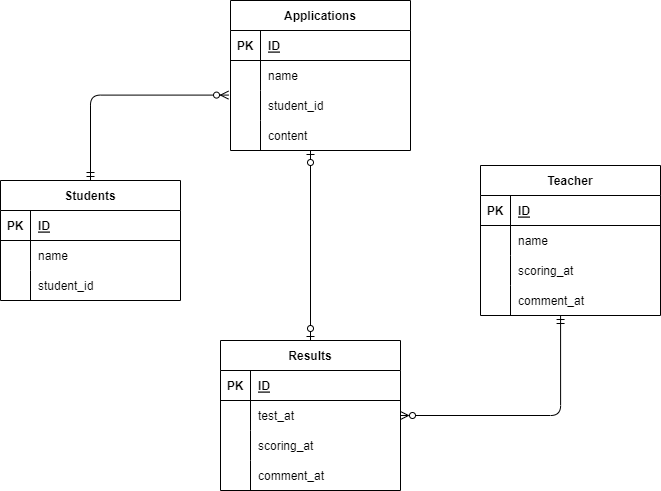
The draw.io diagram index.drawio.png in masshii/datebasesekkei-enshuumondai, before a commit. Source tidied: cells renumbered, new cells last; positions are measured from the earlier drawing's top-left corner, leaving out a move shared by most shapes.
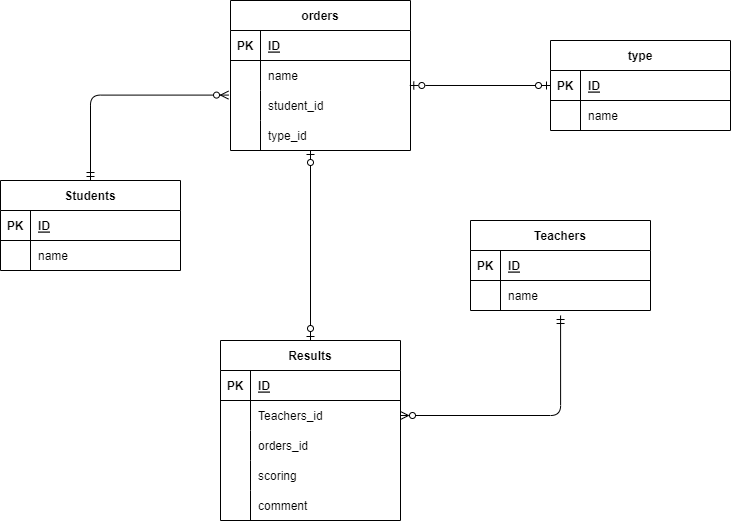
The same diagram one commit later.

What changed in the source:
```diff
@@ -2,7 +2,7 @@
   <root>
     <mxCell id="0" />
     <mxCell id="1" parent="0" />
-    <mxCell id="2" value="Applications" style="shape=table;startSize=30;rowLines=0;fontStyle=1;align=center;" parent="1" vertex="1">
+    <mxCell id="2" value="orders" style="shape=table;startSize=30;rowLines=0;fontStyle=1;align=center;" parent="1" vertex="1">
       <mxGeometry x="230" width="180" height="150" as="geometry" />
     </mxCell>
     <mxCell id="3" style="shape=partialRectangle;fillColor=none;top=0;left=0;bottom=1;right=0;" parent="2" vertex="1">
@@ -38,14 +38,14 @@
     <mxCell id="13" style="shape=partialRectangle;fillColor=none;top=0;left=0;bottom=0;right=0;overflow=hidden;" parent="12" vertex="1">
       <mxGeometry width="30" height="30" as="geometry" />
     </mxCell>
-    <mxCell id="14" value="content" style="shape=partialRectangle;fillColor=none;top=0;left=0;bottom=0;right=0;align=left;spacingLeft=6;overflow=hidden;" parent="12" vertex="1">
+    <mxCell id="14" value="type_id" style="shape=partialRectangle;fillColor=none;top=0;left=0;bottom=0;right=0;align=left;spacingLeft=6;overflow=hidden;" parent="12" vertex="1">
       <mxGeometry x="30" width="150" height="30" as="geometry" />
     </mxCell>
     <mxCell id="15" style="edgeStyle=orthogonalEdgeStyle;html=1;exitX=0.5;exitY=0;exitDx=0;exitDy=0;entryX=-0.011;entryY=0.153;entryDx=0;entryDy=0;entryPerimeter=0;startArrow=ERmandOne;startFill=0;endArrow=ERzeroToMany;endFill=0;" parent="1" edge="1" source="16" target="9">
       <mxGeometry relative="1" as="geometry" />
     </mxCell>
     <mxCell id="16" value="Students" style="shape=table;startSize=30;rowLines=0;fontStyle=1;align=center;" parent="1" vertex="1">
-      <mxGeometry y="180" width="180" height="120" as="geometry" />
+      <mxGeometry y="180" width="180" height="90" as="geometry" />
     </mxCell>
     <mxCell id="17" style="shape=partialRectangle;fillColor=none;top=0;left=0;bottom=1;right=0;" parent="16" vertex="1">
       <mxGeometry y="30" width="180" height="30" as="geometry" />
@@ -65,22 +65,13 @@
     <mxCell id="22" value="name" style="shape=partialRectangle;fillColor=none;top=0;left=0;bottom=0;right=0;align=left;spacingLeft=6;overflow=hidden;" parent="20" vertex="1">
       <mxGeometry x="30" width="150" height="30" as="geometry" />
     </mxCell>
-    <mxCell id="23" style="shape=partialRectangle;fillColor=none;top=0;left=0;bottom=0;right=0;" parent="16" vertex="1">
-      <mxGeometry y="90" width="180" height="30" as="geometry" />
-    </mxCell>
-    <mxCell id="24" style="shape=partialRectangle;fillColor=none;top=0;left=0;bottom=0;right=0;overflow=hidden;" parent="23" vertex="1">
-      <mxGeometry width="30" height="30" as="geometry" />
-    </mxCell>
-    <mxCell id="25" value="student_id" style="shape=partialRectangle;fillColor=none;top=0;left=0;bottom=0;right=0;align=left;spacingLeft=6;overflow=hidden;" parent="23" vertex="1">
-      <mxGeometry x="30" width="150" height="30" as="geometry" />
-    </mxCell>
     <mxCell id="26" style="edgeStyle=none;html=1;exitX=0.5;exitY=0;exitDx=0;exitDy=0;startArrow=ERzeroToOne;startFill=0;endArrow=ERzeroToOne;endFill=0;" parent="1" edge="1" source="27">
       <mxGeometry relative="1" as="geometry">
         <mxPoint x="310" y="150" as="targetPoint" />
       </mxGeometry>
     </mxCell>
     <mxCell id="27" value="Results" style="shape=table;startSize=30;rowLines=0;fontStyle=1;align=center;" parent="1" vertex="1">
-      <mxGeometry x="220" y="340" width="180" height="150" as="geometry" />
+      <mxGeometry x="220" y="340" width="180" height="180" as="geometry" />
     </mxCell>
     <mxCell id="28" style="shape=partialRectangle;fillColor=none;top=0;left=0;bottom=1;right=0;" parent="27" vertex="1">
       <mxGeometry y="30" width="180" height="30" as="geometry" />
@@ -91,35 +82,44 @@
     <mxCell id="30" value="ID" style="shape=partialRectangle;fillColor=none;top=0;left=0;bottom=0;right=0;align=left;spacingLeft=6;fontStyle=5;overflow=hidden;" parent="28" vertex="1">
       <mxGeometry x="30" width="150" height="30" as="geometry" />
     </mxCell>
-    <mxCell id="31" style="shape=partialRectangle;fillColor=none;top=0;left=0;bottom=0;right=0;" parent="27" vertex="1">
-      <mxGeometry y="60" width="180" height="30" as="geometry" />
-    </mxCell>
-    <mxCell id="32" style="shape=partialRectangle;fillColor=none;top=0;left=0;bottom=0;right=0;overflow=hidden;" parent="31" vertex="1">
-      <mxGeometry width="30" height="30" as="geometry" />
-    </mxCell>
-    <mxCell id="33" value="test_at" style="shape=partialRectangle;fillColor=none;top=0;left=0;bottom=0;right=0;align=left;spacingLeft=6;overflow=hidden;" parent="31" vertex="1">
-      <mxGeometry x="30" width="150" height="30" as="geometry" />
-    </mxCell>
-    <mxCell id="34" style="shape=partialRectangle;fillColor=none;top=0;left=0;bottom=0;right=0;" parent="27" vertex="1">
-      <mxGeometry y="90" width="180" height="30" as="geometry" />
-    </mxCell>
-    <mxCell id="35" style="shape=partialRectangle;fillColor=none;top=0;left=0;bottom=0;right=0;overflow=hidden;" parent="34" vertex="1">
-      <mxGeometry width="30" height="30" as="geometry" />
-    </mxCell>
-    <mxCell id="36" value="scoring_at" style="shape=partialRectangle;fillColor=none;top=0;left=0;bottom=0;right=0;align=left;spacingLeft=6;overflow=hidden;" parent="34" vertex="1">
-      <mxGeometry x="30" width="150" height="30" as="geometry" />
-    </mxCell>
     <mxCell id="37" style="shape=partialRectangle;fillColor=none;top=0;left=0;bottom=0;right=0;" parent="27" vertex="1">
-      <mxGeometry y="120" width="180" height="30" as="geometry" />
+      <mxGeometry y="60" width="180" height="30" as="geometry" />
     </mxCell>
-    <mxCell id="38" style="shape=partialRectangle;fillColor=none;top=0;left=0;bottom=0;right=0;overflow=hidden;" parent="37" vertex="1">
+    <mxCell id="38" value="&#10;&#10;&lt;span style=&quot;color: rgb(240, 240, 240); font-family: helvetica; font-size: 12px; font-style: normal; font-weight: 700; letter-spacing: normal; text-align: center; text-indent: 0px; text-transform: none; word-spacing: 0px; background-color: rgb(42, 42, 42); display: inline; float: none;&quot;&gt;Teachers&lt;/span&gt;&#10;&#10;" style="shape=partialRectangle;fillColor=none;top=0;left=0;bottom=0;right=0;overflow=hidden;" parent="37" vertex="1">
       <mxGeometry width="30" height="30" as="geometry" />
     </mxCell>
-    <mxCell id="39" value="comment_at" style="shape=partialRectangle;fillColor=none;top=0;left=0;bottom=0;right=0;align=left;spacingLeft=6;overflow=hidden;" parent="37" vertex="1">
+    <mxCell id="39" value="Teachers_id" style="shape=partialRectangle;fillColor=none;top=0;left=0;bottom=0;right=0;align=left;spacingLeft=6;overflow=hidden;" parent="37" vertex="1">
       <mxGeometry x="30" width="150" height="30" as="geometry" />
     </mxCell>
+    <mxCell id="54" style="shape=partialRectangle;fillColor=none;top=0;left=0;bottom=0;right=0;" parent="27" vertex="1">
+      <mxGeometry y="90" width="180" height="30" as="geometry" />
+    </mxCell>
+    <mxCell id="55" style="shape=partialRectangle;fillColor=none;top=0;left=0;bottom=0;right=0;overflow=hidden;" parent="54" vertex="1">
+      <mxGeometry width="30" height="30" as="geometry" />
+    </mxCell>
+    <mxCell id="56" value="orders_id" style="shape=partialRectangle;fillColor=none;top=0;left=0;bottom=0;right=0;align=left;spacingLeft=6;overflow=hidden;" parent="54" vertex="1">
+      <mxGeometry x="30" width="150" height="30" as="geometry" />
+    </mxCell>
+    <mxCell id="50" style="shape=partialRectangle;fillColor=none;top=0;left=0;bottom=0;right=0;" parent="27" vertex="1">
+      <mxGeometry y="120" width="180" height="30" as="geometry" />
+    </mxCell>
+    <mxCell id="57" style="shape=partialRectangle;fillColor=none;top=0;left=0;bottom=0;right=0;overflow=hidden;" parent="50" vertex="1">
+      <mxGeometry width="30" height="30" as="geometry" />
+    </mxCell>
+    <mxCell id="58" value="scoring" style="shape=partialRectangle;fillColor=none;top=0;left=0;bottom=0;right=0;align=left;spacingLeft=6;overflow=hidden;" parent="50" vertex="1">
+      <mxGeometry x="30" width="150" height="30" as="geometry" />
+    </mxCell>
+    <mxCell id="59" style="shape=partialRectangle;fillColor=none;top=0;left=0;bottom=0;right=0;" parent="27" vertex="1">
+      <mxGeometry y="150" width="180" height="30" as="geometry" />
+    </mxCell>
+    <mxCell id="60" style="shape=partialRectangle;fillColor=none;top=0;left=0;bottom=0;right=0;overflow=hidden;" parent="59" vertex="1">
+      <mxGeometry width="30" height="30" as="geometry" />
+    </mxCell>
+    <mxCell id="61" value="comment" style="shape=partialRectangle;fillColor=none;top=0;left=0;bottom=0;right=0;align=left;spacingLeft=6;overflow=hidden;" parent="59" vertex="1">
+      <mxGeometry x="30" width="150" height="30" as="geometry" />
+    </mxCell>
-    <mxCell id="40" value="Teacher" style="shape=table;startSize=30;rowLines=0;fontStyle=1;align=center;" parent="1" vertex="1">
-      <mxGeometry x="480" y="165" width="180" height="150" as="geometry" />
+    <mxCell id="40" value="Teachers" style="shape=table;startSize=30;rowLines=0;fontStyle=1;align=center;" parent="1" vertex="1">
+      <mxGeometry x="470" y="220" width="180" height="90" as="geometry" />
     </mxCell>
     <mxCell id="41" style="shape=partialRectangle;fillColor=none;top=0;left=0;bottom=1;right=0;" parent="40" vertex="1">
       <mxGeometry y="30" width="180" height="30" as="geometry" />
@@ -139,29 +139,35 @@
     <mxCell id="46" value="name" style="shape=partialRectangle;fillColor=none;top=0;left=0;bottom=0;right=0;align=left;spacingLeft=6;overflow=hidden;" parent="44" vertex="1">
       <mxGeometry x="30" width="150" height="30" as="geometry" />
     </mxCell>
-    <mxCell id="47" style="shape=partialRectangle;fillColor=none;top=0;left=0;bottom=0;right=0;" parent="40" vertex="1">
-      <mxGeometry y="90" width="180" height="30" as="geometry" />
-    </mxCell>
-    <mxCell id="48" style="shape=partialRectangle;fillColor=none;top=0;left=0;bottom=0;right=0;overflow=hidden;" parent="47" vertex="1">
-      <mxGeometry width="30" height="30" as="geometry" />
-    </mxCell>
-    <mxCell id="49" value="scoring_at" style="shape=partialRectangle;fillColor=none;top=0;left=0;bottom=0;right=0;align=left;spacingLeft=6;overflow=hidden;" parent="47" vertex="1">
-      <mxGeometry x="30" width="150" height="30" as="geometry" />
-    </mxCell>
-    <mxCell id="50" style="shape=partialRectangle;fillColor=none;top=0;left=0;bottom=0;right=0;" parent="40" vertex="1">
-      <mxGeometry y="120" width="180" height="30" as="geometry" />
-    </mxCell>
-    <mxCell id="51" style="shape=partialRectangle;fillColor=none;top=0;left=0;bottom=0;right=0;overflow=hidden;" parent="50" vertex="1">
-      <mxGeometry width="30" height="30" as="geometry" />
-    </mxCell>
-    <mxCell id="52" value="comment_at" style="shape=partialRectangle;fillColor=none;top=0;left=0;bottom=0;right=0;align=left;spacingLeft=6;overflow=hidden;" parent="50" vertex="1">
-      <mxGeometry x="30" width="150" height="30" as="geometry" />
-    </mxCell>
     <mxCell id="53" style="edgeStyle=orthogonalEdgeStyle;html=1;exitX=1;exitY=0.5;exitDx=0;exitDy=0;startArrow=ERzeroToMany;startFill=0;endArrow=ERmandOne;endFill=0;entryX=0.556;entryY=1;entryDx=0;entryDy=0;entryPerimeter=0;" parent="1" edge="1">
       <mxGeometry relative="1" as="geometry">
         <mxPoint x="400" y="415" as="sourcePoint" />
         <mxPoint x="560.1" y="315" as="targetPoint" />
       </mxGeometry>
     </mxCell>
+    <mxCell id="62" value="type" style="shape=table;startSize=30;rowLines=0;fontStyle=1;align=center;" parent="1" vertex="1">
+      <mxGeometry x="550" y="40" width="180" height="90" as="geometry" />
+    </mxCell>
+    <mxCell id="63" style="shape=partialRectangle;fillColor=none;top=0;left=0;bottom=1;right=0;points=[[0,0.5],[1,0.5]];portConstraint=eastwest;" parent="62" vertex="1">
+      <mxGeometry y="30" width="180" height="30" as="geometry" />
+    </mxCell>
+    <mxCell id="64" value="PK" style="shape=partialRectangle;fillColor=none;top=0;left=0;bottom=0;right=0;fontStyle=1;overflow=hidden;" parent="63" vertex="1">
+      <mxGeometry width="30" height="30" as="geometry" />
+    </mxCell>
+    <mxCell id="65" value="ID" style="shape=partialRectangle;fillColor=none;top=0;left=0;bottom=0;right=0;align=left;spacingLeft=6;fontStyle=5;overflow=hidden;" parent="63" vertex="1">
+      <mxGeometry x="30" width="150" height="30" as="geometry" />
+    </mxCell>
+    <mxCell id="31" style="shape=partialRectangle;fillColor=none;top=0;left=0;bottom=0;right=0;" parent="62" vertex="1">
+      <mxGeometry y="60" width="180" height="30" as="geometry" />
+    </mxCell>
+    <mxCell id="66" style="shape=partialRectangle;fillColor=none;top=0;left=0;bottom=0;right=0;overflow=hidden;" parent="31" vertex="1">
+      <mxGeometry width="30" height="30" as="geometry" />
+    </mxCell>
+    <mxCell id="67" value="name" style="shape=partialRectangle;fillColor=none;top=0;left=0;bottom=0;right=0;align=left;spacingLeft=6;overflow=hidden;" parent="31" vertex="1">
+      <mxGeometry x="30" width="150" height="30" as="geometry" />
+    </mxCell>
+    <mxCell id="68" style="edgeStyle=none;html=1;exitX=0;exitY=0.5;exitDx=0;exitDy=0;entryX=0.996;entryY=-0.167;entryDx=0;entryDy=0;entryPerimeter=0;startArrow=ERzeroToOne;startFill=0;endArrow=ERzeroToOne;endFill=0;" parent="1" edge="1" source="63" target="9">
+      <mxGeometry relative="1" as="geometry" />
+    </mxCell>
   </root>
 </mxGraphModel>
```
